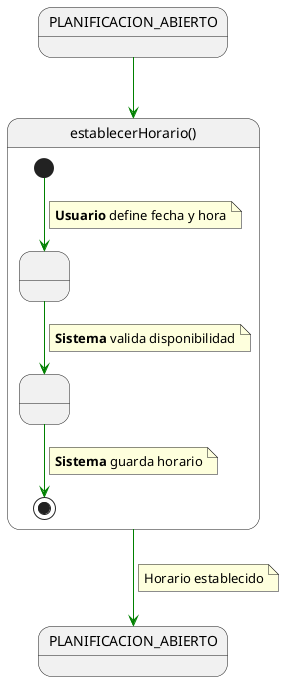
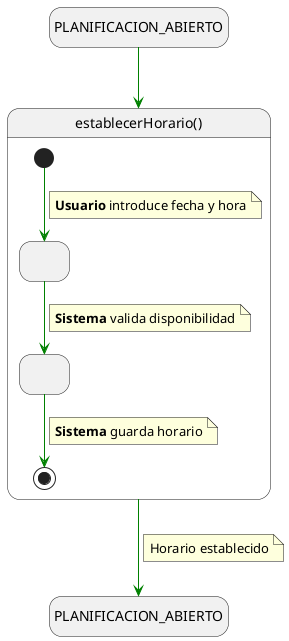
@startuml establecerHorario

+ hide empty description
skinparam linetype polyline

state in1 as "PLANIFICACION_ABIERTO"
in1 -[#green]-> establecerHorario

state establecerHorario as "establecerHorario()" {

-     state " " as IngresandoHorario
-     state " " as ValidandoHorario
+     state IngresandoHorario as " "
+     state ValidandoHorario as " "

    [*] -[#green]-> IngresandoHorario
    note on link
-     <b>Usuario</b> define fecha y hora
+         <b>Usuario</b> introduce fecha y hora
    end note

    IngresandoHorario -[#green]-> ValidandoHorario
    note on link
-     <b>Sistema</b> valida disponibilidad
+         <b>Sistema</b> valida disponibilidad
    end note

    ValidandoHorario -[#green]-> [*]
    note on link
-     <b>Sistema</b> guarda horario
+         <b>Sistema</b> guarda horario
    end note
}

establecerHorario -[#green]-> PLANIFICACION_ABIERTO
note on link
- Horario establecido
+     Horario establecido
end note

@enduml
